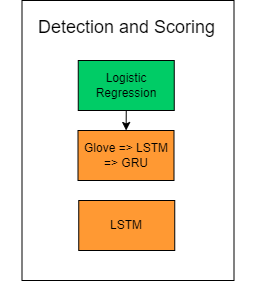
Better-Call-Soul/Soul-AI keeps this draw.io diagram as report/detection.png. Above is the earlier version. Source tidied: cells renumbered, new cells last; positions are measured from the earlier drawing's top-left corner, leaving out a move shared by most shapes.
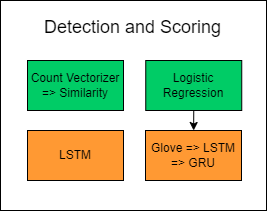
After the change.

Commit message:
count vectorizer integreation

Change to the diagram source:
```diff
@@ -2,23 +2,26 @@
   <root>
     <mxCell id="0" />
     <mxCell id="1" parent="0" />
-    <mxCell id="2" style="rounded=0;whiteSpace=wrap;html=1;" parent="1" vertex="1">
-      <mxGeometry x="21.5" width="212" height="280" as="geometry" />
-    </mxCell>
+    <mxCell id="8" style="rounded=0;whiteSpace=wrap;html=1;" parent="1" vertex="1">
+      <mxGeometry x="90" y="-200" width="266" height="210" as="geometry" />
+    </mxCell>
     <mxCell id="3" value="&lt;font style=&quot;font-size: 18px;&quot;&gt;Detection and Scoring&lt;/font&gt;" style="text;html=1;strokeColor=none;fillColor=none;align=center;verticalAlign=middle;whiteSpace=wrap;rounded=0;" parent="1" vertex="1">
-      <mxGeometry y="11.5" width="252.5" height="30" as="geometry" />
+      <mxGeometry x="95.5" y="-188.5" width="252.5" height="30" as="geometry" />
     </mxCell>
     <mxCell id="4" value="Glove =&amp;gt; LSTM&lt;br&gt;=&amp;gt; GRU" style="rounded=0;whiteSpace=wrap;html=1;fillColor=#FF9933;" parent="1" vertex="1">
-      <mxGeometry x="77.5" y="130" width="96" height="50" as="geometry" />
+      <mxGeometry x="235" y="-70" width="96" height="50" as="geometry" />
     </mxCell>
     <mxCell id="5" style="edgeStyle=none;html=1;exitX=0.5;exitY=1;exitDx=0;exitDy=0;" parent="1" edge="1" source="6" target="4">
       <mxGeometry relative="1" as="geometry" />
     </mxCell>
     <mxCell id="6" value="Logistic Regression" style="rounded=0;whiteSpace=wrap;html=1;fillColor=#00CC66;" parent="1" vertex="1">
-      <mxGeometry x="77.8" y="60" width="96" height="50" as="geometry" />
+      <mxGeometry x="235.2" y="-140" width="96" height="50" as="geometry" />
     </mxCell>
     <mxCell id="7" value="LSTM" style="rounded=0;whiteSpace=wrap;html=1;fillColor=#FF9933;" parent="1" vertex="1">
-      <mxGeometry x="78.2" y="200" width="96" height="50" as="geometry" />
+      <mxGeometry x="117" y="-70" width="96" height="50" as="geometry" />
     </mxCell>
+    <mxCell id="9" value="Count Vectorizer =&amp;gt; Similarity" style="rounded=0;whiteSpace=wrap;html=1;fillColor=#00CC66;" parent="1" vertex="1">
+      <mxGeometry x="117" y="-140" width="96" height="50" as="geometry" />
+    </mxCell>
   </root>
 </mxGraphModel>
```
